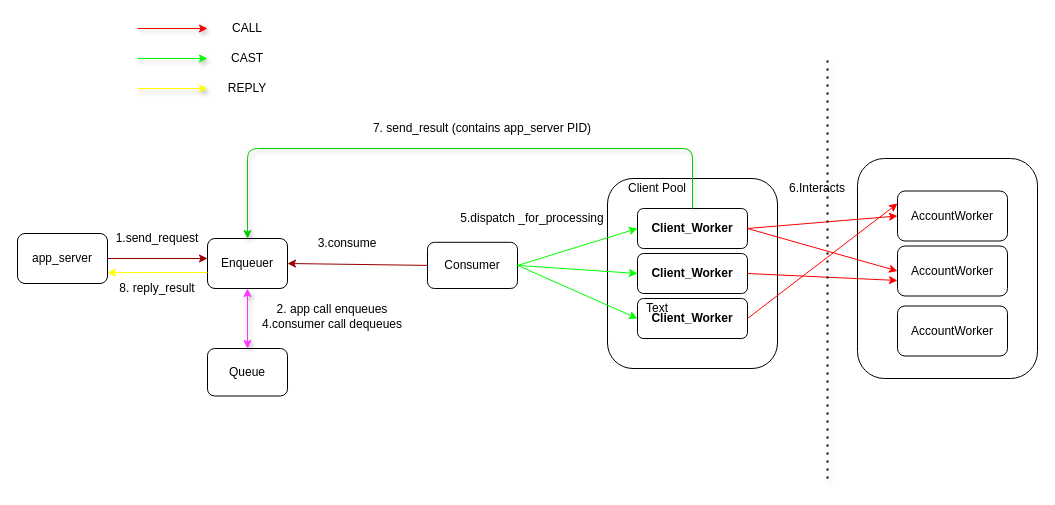
Above: system.drawio in sanzor/Banking-Application (draw.io), before the change. Source tidied: cells renumbered, new cells numbered last; positions are measured from the earlier drawing's top-left corner, leaving out a move shared by most shapes. Both pictures are drawn from the tidied source at 100%, with x=0, y=0 at pixel (17, 18).
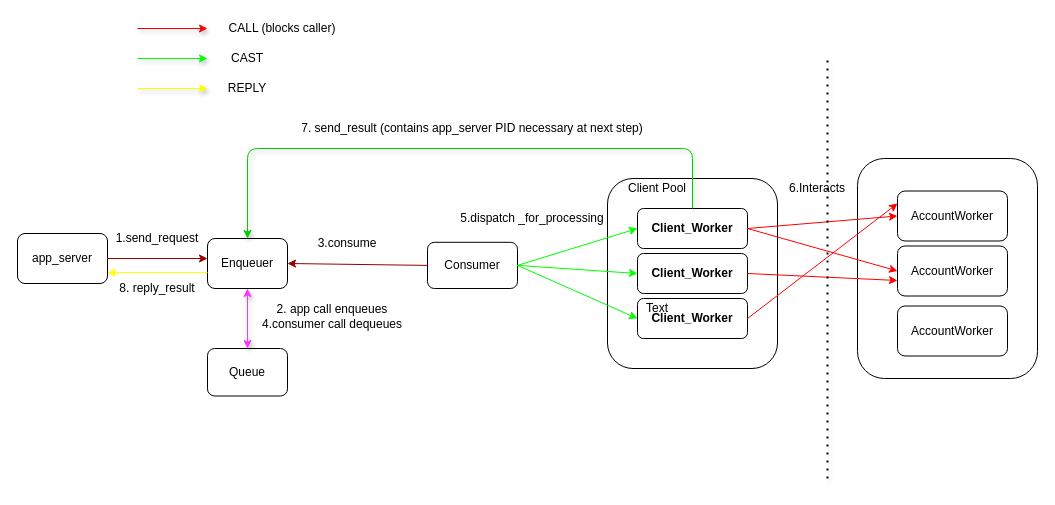
The same page after the edit.

Change to the diagram source:
```diff
@@
-    <mxCell id="35" value="CALL" style="text;html=1;strokeColor=none;fillColor=none;align=center;verticalAlign=middle;whiteSpace=wrap;rounded=0;" parent="1" vertex="1">
-      <mxGeometry x="210" width="40" height="20" as="geometry" />
+    <mxCell id="35" value="CALL (blocks caller)" style="text;html=1;strokeColor=none;fillColor=none;align=center;verticalAlign=middle;whiteSpace=wrap;rounded=0;" parent="1" vertex="1">
+      <mxGeometry x="200" width="130" height="20" as="geometry" />
     </mxCell>
@@
-    <mxCell id="40" value="7. send_result (contains app_server PID)" style="text;html=1;strokeColor=none;fillColor=none;align=center;verticalAlign=middle;whiteSpace=wrap;rounded=0;shadow=1;" parent="1" vertex="1">
-      <mxGeometry x="350" y="100" width="230" height="20" as="geometry" />
+    <mxCell id="40" value="7. send_result (contains app_server PID necessary at next step)" style="text;html=1;strokeColor=none;fillColor=none;align=center;verticalAlign=middle;whiteSpace=wrap;rounded=0;shadow=1;" parent="1" vertex="1">
+      <mxGeometry x="265" y="100" width="380" height="20" as="geometry" />
     </mxCell>
```
